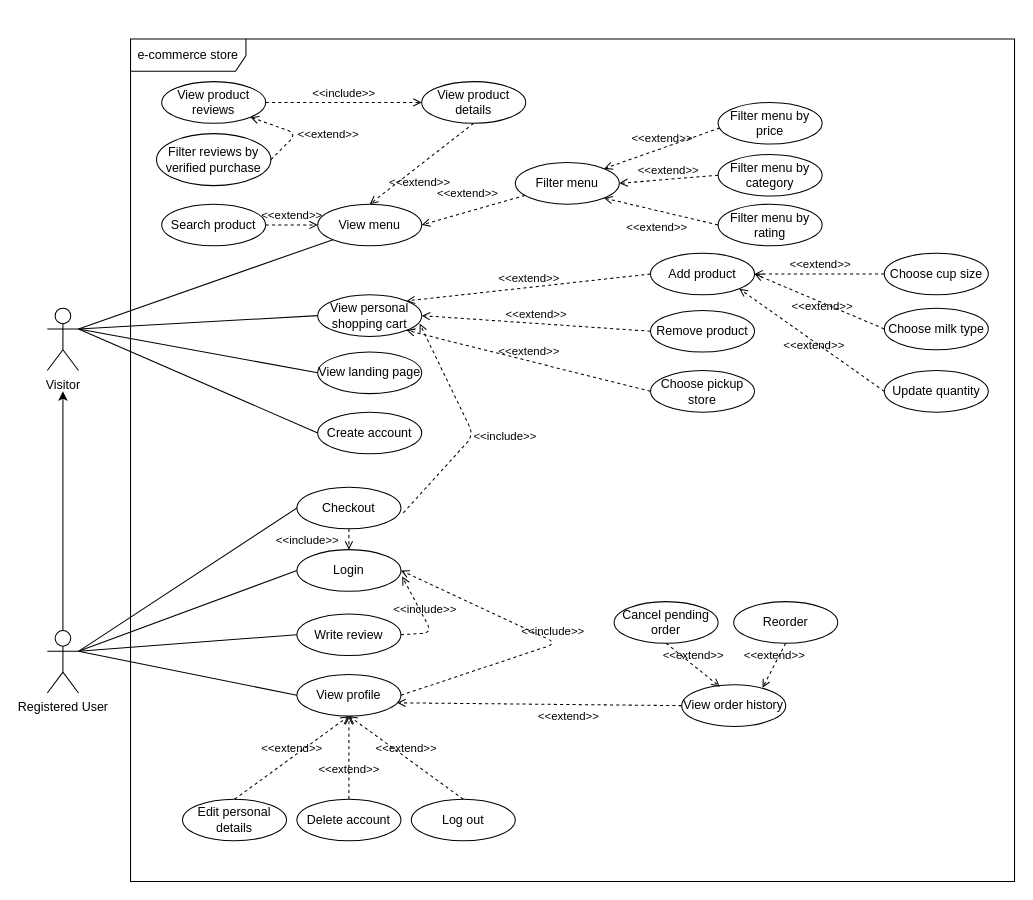
The draw.io diagram page "e-commerce store" (1 of 2) of resources/diagrams/use-case.dio in steamysips/steamy-sips, before the edit. Source tidied: cells renumbered, new cells numbered last; positions are measured from the earlier drawing's top-left corner, leaving out a move shared by most shapes. Both pictures are drawn from the tidied source at 104%, with x=0, y=0 at pixel (47, 38).
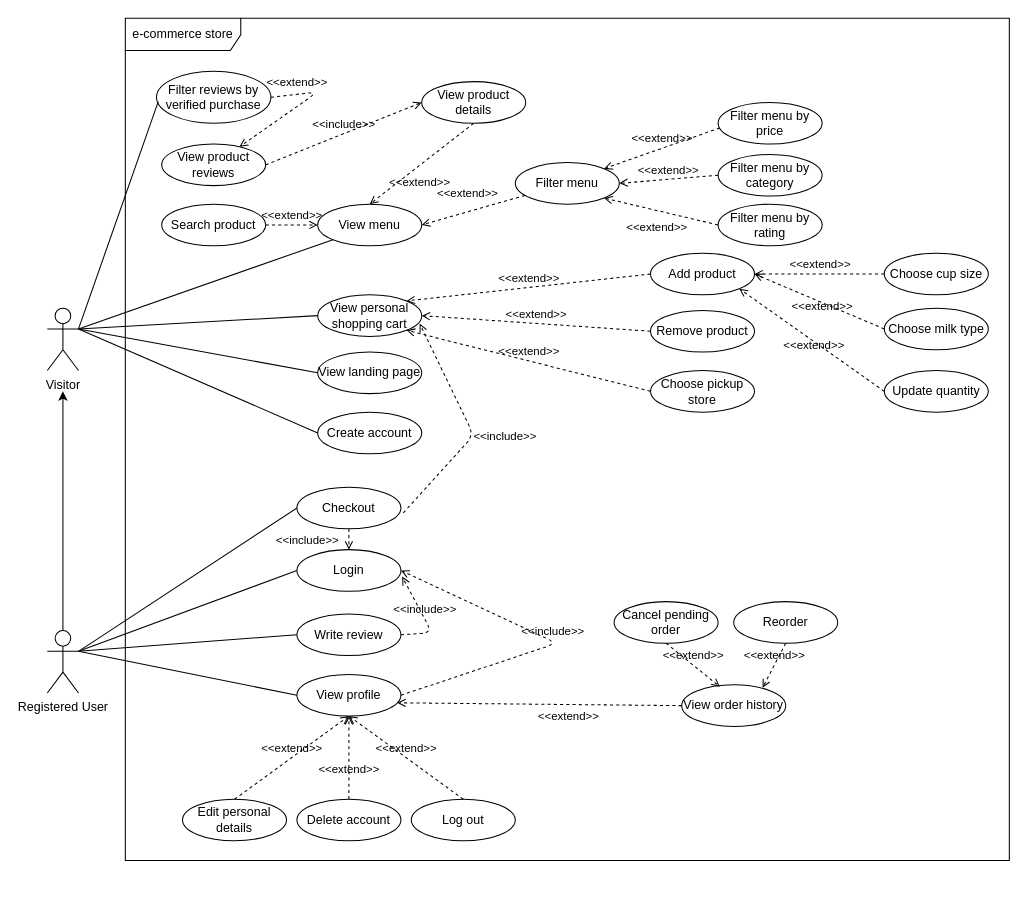
After the change.

Unchanged cells that the change refers to:
```xml
<mxCell id="2" value="Visitor" style="shape=umlActor;verticalLabelPosition=bottom;verticalAlign=top;html=1;" parent="1" vertex="1">
  <mxGeometry y="258.8" width="30" height="60" as="geometry" />
</mxCell>
```

What changed in the source:
```diff
@@
     <mxCell id="10" value="View product reviews" style="ellipse;whiteSpace=wrap;html=1;" parent="1" vertex="1">
-      <mxGeometry x="110" y="41" width="100" height="40" as="geometry" />
+      <mxGeometry x="110" y="101" width="100" height="40" as="geometry" />
     </mxCell>
@@
     <mxCell id="20" value="Filter reviews by verified purchase" style="ellipse;whiteSpace=wrap;html=1;align=center;" parent="1" vertex="1">
-      <mxGeometry x="105" y="91" width="110" height="50" as="geometry" />
+      <mxGeometry x="105" y="31" width="110" height="50" as="geometry" />
     </mxCell>
-    <mxCell id="21" value="&amp;lt;&amp;lt;extend&amp;gt;&amp;gt;" style="html=1;verticalAlign=bottom;labelBackgroundColor=none;endArrow=open;endFill=0;dashed=1;exitX=1;exitY=0.5;exitDx=0;exitDy=0;entryX=1;entryY=1;entryDx=0;entryDy=0;" parent="1" edge="1" source="20" target="10">
-      <mxGeometry x="-0.15" y="-32" relative="1" as="geometry">
-        <Array as="points">
-          <mxPoint x="240" y="91" />
-        </Array>
-        <mxPoint x="19" y="40" as="offset" />
-      </mxGeometry>
-    </mxCell>
@@
     <mxCell id="32" value="e-commerce store" style="shape=umlFrame;whiteSpace=wrap;html=1;width=111;height=31;" parent="1" vertex="1">
-      <mxGeometry x="80" width="850" height="810" as="geometry" />
+      <mxGeometry x="75" y="-20" width="850" height="810" as="geometry" />
     </mxCell>
@@
+    <mxCell id="66" style="endArrow=none;html=1;rounded=0;entryX=0.015;entryY=0.584;entryDx=0;entryDy=0;entryPerimeter=0;exitX=1;exitY=0.3333333333333333;exitDx=0;exitDy=0;exitPerimeter=0;" parent="1" edge="1" source="2" target="20">
+      <mxGeometry relative="1" as="geometry" />
+    </mxCell>
+    <mxCell id="21" value="&amp;lt;&amp;lt;extend&amp;gt;&amp;gt;" style="html=1;verticalAlign=bottom;labelBackgroundColor=none;endArrow=open;endFill=0;dashed=1;exitX=1;exitY=0.5;exitDx=0;exitDy=0;" parent="1" edge="1" source="20" target="10">
+      <mxGeometry x="-0.63" y="2" relative="1" as="geometry">
+        <Array as="points">
+          <mxPoint x="260" y="51" />
+        </Array>
+      </mxGeometry>
+    </mxCell>
```
